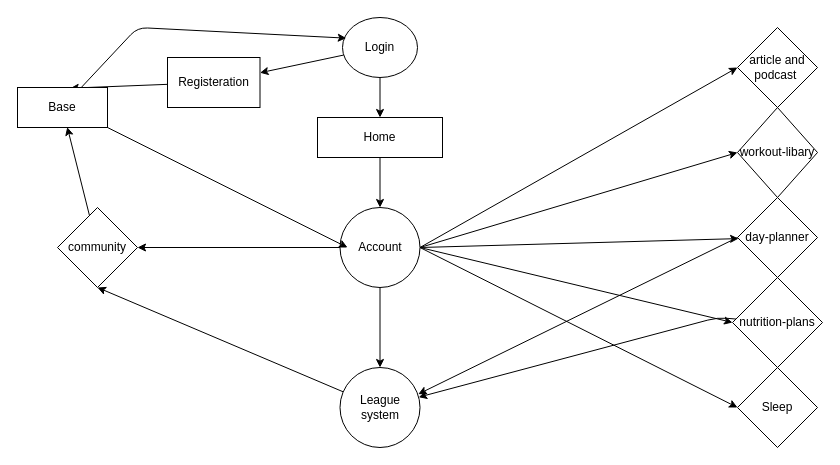
This is 1004/UML.drawio from alfie-ns/1004-CW, a draw.io file, before an edit. Source tidied: cells renumbered, new cells numbered last; positions are measured from the earlier drawing's top-left corner, leaving out a move shared by most shapes. Both pictures are drawn from the tidied source at 100%, with x=0, y=0 at pixel (17, 17).
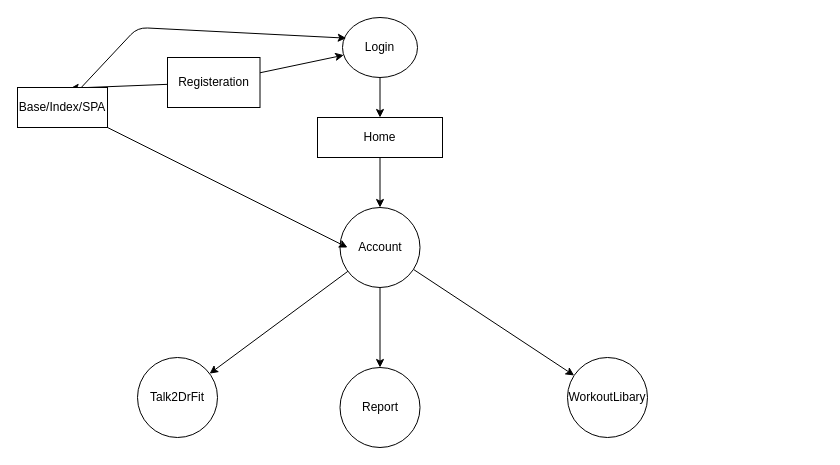
After the change.

Unchanged cells that the change refers to:
```xml
<mxCell id="6" value="Login" style="ellipse;whiteSpace=wrap;html=1;" parent="1" vertex="1">
  <mxGeometry x="325" width="75" height="60" as="geometry" />
</mxCell>
<mxCell id="8" value="Registeration" style="whiteSpace=wrap;html=1;" parent="1" vertex="1">
  <mxGeometry x="150" y="40" width="92.5" height="50" as="geometry" />
</mxCell>
<mxCell id="16" value="Account" style="ellipse;whiteSpace=wrap;html=1;" parent="1" vertex="1">
  <mxGeometry x="322.5" y="190" width="80" height="80" as="geometry" />
</mxCell>
```

What changed in the source:
```diff
@@
-    <mxCell id="4" style="edgeStyle=none;html=1;" parent="1" edge="1" source="6" target="8">
-      <mxGeometry relative="1" as="geometry" />
-    </mxCell>
@@
+    <mxCell id="31" style="edgeStyle=none;html=1;" parent="1" edge="1" source="8" target="6">
+      <mxGeometry relative="1" as="geometry" />
+    </mxCell>
@@
-    <mxCell id="9" style="edgeStyle=none;html=1;exitX=1;exitY=0.5;exitDx=0;exitDy=0;entryX=0;entryY=0.5;entryDx=0;entryDy=0;" parent="1" edge="1" source="16" target="17">
-      <mxGeometry relative="1" as="geometry" />
-    </mxCell>
-    <mxCell id="10" style="edgeStyle=none;html=1;exitX=1;exitY=0.5;exitDx=0;exitDy=0;entryX=0;entryY=0.5;entryDx=0;entryDy=0;" parent="1" edge="1" source="16" target="25">
-      <mxGeometry relative="1" as="geometry" />
-    </mxCell>
-    <mxCell id="11" style="edgeStyle=none;html=1;exitX=1;exitY=0.5;exitDx=0;exitDy=0;" parent="1" edge="1" source="16" target="21">
-      <mxGeometry relative="1" as="geometry" />
-    </mxCell>
-    <mxCell id="12" style="edgeStyle=none;html=1;entryX=0;entryY=0.5;entryDx=0;entryDy=0;exitX=1;exitY=0.5;exitDx=0;exitDy=0;" parent="1" edge="1" source="16" target="23">
-      <mxGeometry relative="1" as="geometry" />
-    </mxCell>
-    <mxCell id="13" style="edgeStyle=none;html=1;entryX=0;entryY=0.5;entryDx=0;entryDy=0;exitX=1;exitY=0.5;exitDx=0;exitDy=0;" parent="1" edge="1" source="16" target="24">
-      <mxGeometry relative="1" as="geometry" />
-    </mxCell>
-    <mxCell id="14" style="edgeStyle=none;html=1;entryX=1;entryY=0.5;entryDx=0;entryDy=0;" parent="1" edge="1" source="16" target="19">
-      <mxGeometry relative="1" as="geometry" />
-    </mxCell>
-    <mxCell id="15" style="edgeStyle=none;html=1;" parent="1" edge="1" source="16" target="27">
-      <mxGeometry relative="1" as="geometry" />
-    </mxCell>
+    <mxCell id="32" style="edgeStyle=none;html=1;" parent="1" edge="1" source="16" target="35">
+      <mxGeometry relative="1" as="geometry" />
+    </mxCell>
+    <mxCell id="33" style="edgeStyle=none;html=1;" parent="1" edge="1" source="16" target="36">
+      <mxGeometry relative="1" as="geometry" />
+    </mxCell>
+    <mxCell id="34" style="edgeStyle=none;html=1;" parent="1" edge="1" source="16" target="37">
+      <mxGeometry relative="1" as="geometry" />
+    </mxCell>
@@
-    <mxCell id="17" value="article and podcast&amp;nbsp;" style="rhombus;whiteSpace=wrap;html=1;" parent="1" vertex="1">
-      <mxGeometry x="720" y="10" width="80" height="80" as="geometry" />
-    </mxCell>
-    <mxCell id="18" style="edgeStyle=none;html=1;entryX=0.553;entryY=0.99;entryDx=0;entryDy=0;entryPerimeter=0;" parent="1" edge="1" source="19" target="30">
-      <mxGeometry relative="1" as="geometry" />
-    </mxCell>
-    <mxCell id="19" value="community" style="rhombus;whiteSpace=wrap;html=1;" parent="1" vertex="1">
-      <mxGeometry x="40" y="190" width="80" height="80" as="geometry" />
-    </mxCell>
-    <mxCell id="20" style="edgeStyle=none;html=1;entryX=0.978;entryY=0.333;entryDx=0;entryDy=0;entryPerimeter=0;" parent="1" edge="1" target="27">
-      <mxGeometry relative="1" as="geometry">
-        <mxPoint x="720" y="220" as="sourcePoint" />
-      </mxGeometry>
-    </mxCell>
-    <mxCell id="21" value="day-planner" style="rhombus;whiteSpace=wrap;html=1;" parent="1" vertex="1">
-      <mxGeometry x="720" y="180" width="80" height="80" as="geometry" />
-    </mxCell>
-    <mxCell id="22" style="edgeStyle=none;html=1;" parent="1" edge="1" source="23" target="27">
-      <mxGeometry relative="1" as="geometry">
-        <Array as="points">
-          <mxPoint x="700" y="300" />
-        </Array>
-      </mxGeometry>
-    </mxCell>
-    <mxCell id="23" value="nutrition-plans" style="rhombus;whiteSpace=wrap;html=1;" parent="1" vertex="1">
-      <mxGeometry x="715" y="260" width="90" height="90" as="geometry" />
-    </mxCell>
-    <mxCell id="24" value="Sleep" style="rhombus;whiteSpace=wrap;html=1;" parent="1" vertex="1">
-      <mxGeometry x="720" y="350" width="80" height="80" as="geometry" />
-    </mxCell>
-    <mxCell id="25" value="workout-libary" style="rhombus;whiteSpace=wrap;html=1;" parent="1" vertex="1">
-      <mxGeometry x="720" y="90" width="80" height="90" as="geometry" />
-    </mxCell>
-    <mxCell id="26" style="edgeStyle=none;html=1;entryX=0.5;entryY=1;entryDx=0;entryDy=0;" parent="1" edge="1" source="27" target="19">
-      <mxGeometry relative="1" as="geometry" />
-    </mxCell>
-    <mxCell id="27" value="League system" style="ellipse;whiteSpace=wrap;html=1;" parent="1" vertex="1">
-      <mxGeometry x="322.5" y="350" width="80" height="80" as="geometry" />
-    </mxCell>
@@
-    <mxCell id="30" value="Base" style="whiteSpace=wrap;html=1;" parent="1" vertex="1">
+    <mxCell id="30" value="Base/Index/SPA" style="whiteSpace=wrap;html=1;" parent="1" vertex="1">
       <mxGeometry y="70" width="90" height="40" as="geometry" />
     </mxCell>
+    <mxCell id="35" value="Talk2DrFit" style="ellipse;whiteSpace=wrap;html=1;" parent="1" vertex="1">
+      <mxGeometry x="120" y="340" width="80" height="80" as="geometry" />
+    </mxCell>
+    <mxCell id="36" value="WorkoutLibary" style="ellipse;whiteSpace=wrap;html=1;" parent="1" vertex="1">
+      <mxGeometry x="550" y="340" width="80" height="80" as="geometry" />
+    </mxCell>
+    <mxCell id="37" value="Report" style="ellipse;whiteSpace=wrap;html=1;" parent="1" vertex="1">
+      <mxGeometry x="322.5" y="350" width="80" height="80" as="geometry" />
+    </mxCell>
```
